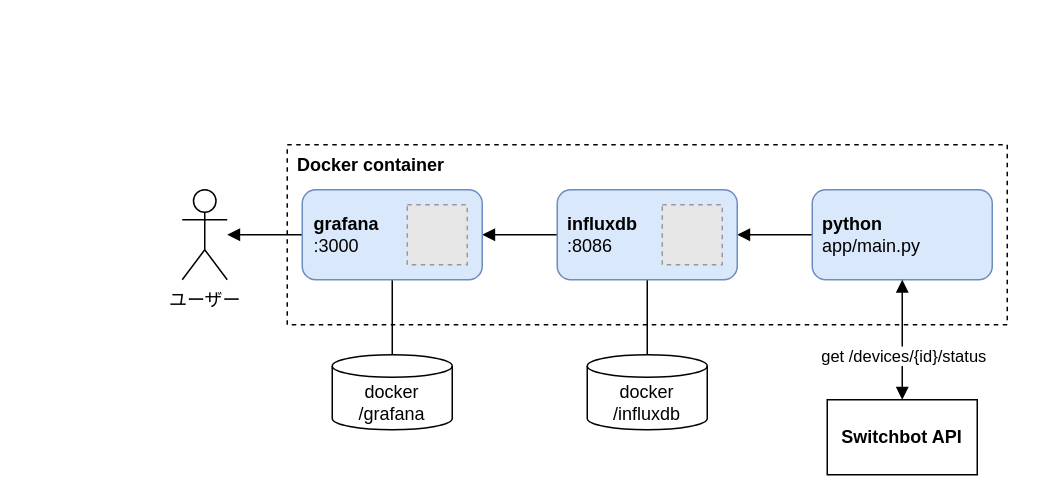
Before: images/overview.drawio in hkato/switchbot-meter-database, a draw.io diagram. Source tidied: cells renumbered, new cells numbered last; positions are measured from the earlier drawing's top-left corner, leaving out a move shared by most shapes. Both pictures are drawn from the tidied source at 150%, with x=0, y=0 at pixel (182, 144). Pictures stored in the file or linked from it are replaced by grey dashed boxes.
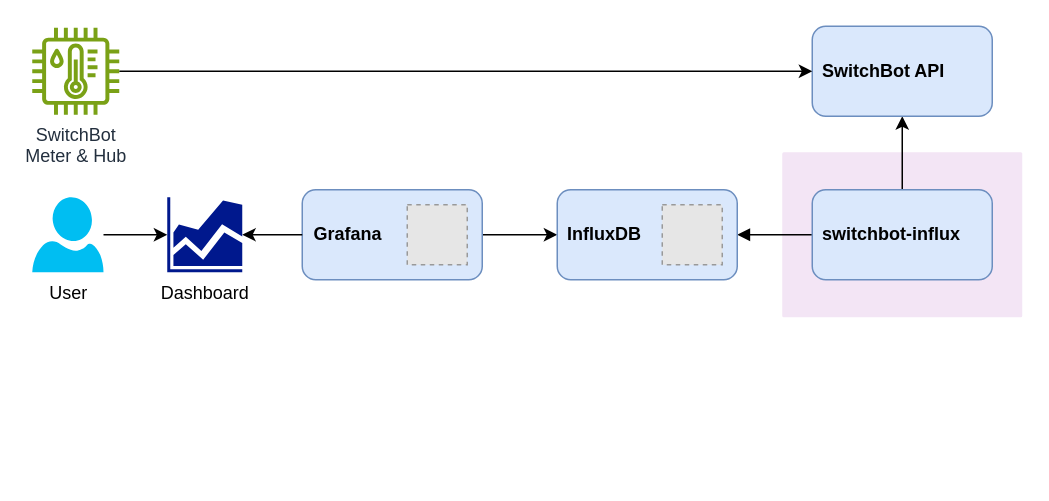
After the change.

Commit message (it also covers changes not shown here):
Update overview diagram

The edit, as a diff of the source:
```diff
@@
-    <mxCell id="2" value="&lt;b&gt;Docker container&lt;/b&gt;" style="rounded=0;whiteSpace=wrap;html=1;dashed=1;fillColor=none;align=left;verticalAlign=top;spacingLeft=5;" parent="1" vertex="1">
-      <mxGeometry x="70" width="480" height="120" as="geometry" />
-    </mxCell>
-    <mxCell id="3" value="ユーザー" style="shape=umlActor;verticalLabelPosition=bottom;verticalAlign=top;html=1;outlineConnect=0;" parent="1" vertex="1">
-      <mxGeometry y="30" width="30" height="60" as="geometry" />
-    </mxCell>
+    <mxCell id="19" style="sketch=0;rounded=1;absoluteArcSize=1;arcSize=2;html=1;strokeColor=none;gradientColor=none;shadow=0;dashed=0;fontSize=12;fontColor=#9E9E9E;align=left;verticalAlign=top;spacing=10;spacingTop=-4;whiteSpace=wrap;fillColor=#F3E5F5;" parent="1" vertex="1">
+      <mxGeometry x="400" y="5" width="160" height="110" as="geometry" />
+    </mxCell>
@@
+    <mxCell id="20" style="edgeStyle=orthogonalEdgeStyle;rounded=0;jettySize=auto;html=1;exitX=0.5;exitY=0;exitDx=0;exitDy=0;entryX=0.5;entryY=1;entryDx=0;entryDy=0;" parent="1" edge="1" source="5" target="22">
+      <mxGeometry relative="1" as="geometry" />
+    </mxCell>
-    <mxCell id="5" value="&lt;b&gt;python&lt;br&gt;&lt;/b&gt;app/main.py" style="rounded=1;whiteSpace=wrap;html=1;align=left;spacingLeft=5;fillColor=#dae8fc;strokeColor=#6c8ebf;" parent="1" vertex="1">
+    <mxCell id="5" value="&lt;b&gt;switchbot-influx&lt;/b&gt;" style="rounded=1;whiteSpace=wrap;html=1;align=left;spacingLeft=5;fillColor=#dae8fc;strokeColor=#6c8ebf;" parent="1" vertex="1">
       <mxGeometry x="420" y="30" width="120" height="60" as="geometry" />
     </mxCell>
-    <mxCell id="6" value="docker&lt;br&gt;/grafana" style="shape=cylinder3;whiteSpace=wrap;html=1;boundedLbl=1;backgroundOutline=1;size=7.526315789473642;" parent="1" vertex="1">
-      <mxGeometry x="100" y="140" width="80" height="50" as="geometry" />
-    </mxCell>
-    <mxCell id="7" value="docker&lt;br&gt;/influxdb" style="shape=cylinder3;whiteSpace=wrap;html=1;boundedLbl=1;backgroundOutline=1;size=7.526315789473642;" parent="1" vertex="1">
-      <mxGeometry x="270" y="140" width="80" height="50" as="geometry" />
-    </mxCell>
-    <mxCell id="8" style="edgeStyle=none;html=1;endArrow=block;endFill=1;" parent="1" edge="1" source="17">
-      <mxGeometry relative="1" as="geometry">
-        <mxPoint x="200" y="60" as="targetPoint" />
-      </mxGeometry>
-    </mxCell>
-    <mxCell id="9" value="&lt;b&gt;Switchbot API&lt;br&gt;&lt;/b&gt;" style="rounded=0;whiteSpace=wrap;html=1;" parent="1" vertex="1">
-      <mxGeometry x="430" y="170" width="100" height="50" as="geometry" />
-    </mxCell>
-    <mxCell id="10" style="endArrow=block;startArrow=block;html=1;exitX=0.5;exitY=0;exitDx=0;exitDy=0;entryX=0.5;entryY=1;entryDx=0;entryDy=0;endFill=1;startFill=1;" parent="1" edge="1" source="9" target="5">
-      <mxGeometry relative="1" as="geometry" />
-    </mxCell>
-    <mxCell id="11" value="get /devices/{id}/status" style="edgeLabel;html=1;align=center;verticalAlign=middle;" parent="10" vertex="1">
-      <mxGeometry x="-0.02" y="-1" relative="1" as="geometry">
-        <mxPoint x="-1" y="9" as="offset" />
-      </mxGeometry>
-    </mxCell>
-    <mxCell id="12" style="endArrow=none;html=1;entryX=0.5;entryY=1;entryDx=0;entryDy=0;exitX=0.5;exitY=0;exitDx=0;exitDy=0;exitPerimeter=0;" parent="1" edge="1" source="6" target="15">
-      <mxGeometry relative="1" as="geometry" />
-    </mxCell>
-    <mxCell id="13" style="endArrow=none;html=1;entryX=0.5;entryY=1;entryDx=0;entryDy=0;" parent="1" edge="1" source="7" target="17">
-      <mxGeometry relative="1" as="geometry" />
-    </mxCell>
-    <mxCell id="14" style="edgeStyle=none;html=1;startArrow=none;startFill=0;endArrow=block;endFill=1;" parent="1" edge="1" source="15" target="3">
-      <mxGeometry relative="1" as="geometry" />
-    </mxCell>
+    <mxCell id="21" style="edgeStyle=orthogonalEdgeStyle;rounded=0;jettySize=auto;html=1;exitX=1;exitY=0.5;exitDx=0;exitDy=0;entryX=0;entryY=0.5;entryDx=0;entryDy=0;" parent="1" edge="1" source="15" target="17">
+      <mxGeometry relative="1" as="geometry" />
+    </mxCell>
-    <mxCell id="15" value="&lt;b&gt;grafana&lt;br&gt;&lt;/b&gt;:3000" style="rounded=1;whiteSpace=wrap;html=1;align=left;spacingLeft=6;fillColor=#dae8fc;strokeColor=#6c8ebf;" parent="1" vertex="1">
+    <mxCell id="15" value="&lt;b&gt;Grafana&lt;/b&gt;" style="rounded=1;whiteSpace=wrap;html=1;align=left;spacingLeft=6;fillColor=#dae8fc;strokeColor=#6c8ebf;" parent="1" vertex="1">
       <mxGeometry x="80" y="30" width="120" height="60" as="geometry" />
     </mxCell>
@@
-    <mxCell id="17" value="&lt;b&gt;influxdb&lt;br&gt;&lt;/b&gt;:8086" style="rounded=1;whiteSpace=wrap;html=1;align=left;spacingLeft=5;fillColor=#dae8fc;strokeColor=#6c8ebf;" parent="1" vertex="1">
+    <mxCell id="17" value="&lt;b&gt;InfluxDB&lt;/b&gt;" style="rounded=1;whiteSpace=wrap;html=1;align=left;spacingLeft=5;fillColor=#dae8fc;strokeColor=#6c8ebf;" parent="1" vertex="1">
       <mxGeometry x="250" y="30" width="120" height="60" as="geometry" />
     </mxCell>
@@
+    <mxCell id="22" value="&lt;b&gt;SwitchBot API&lt;/b&gt;" style="rounded=1;whiteSpace=wrap;html=1;align=left;spacingLeft=5;fillColor=#dae8fc;strokeColor=#6c8ebf;" parent="1" vertex="1">
+      <mxGeometry x="420" y="-79" width="120" height="60" as="geometry" />
+    </mxCell>
+    <mxCell id="23" value="Dashboard" style="sketch=0;shadow=0;dashed=0;html=1;strokeColor=none;labelPosition=center;verticalLabelPosition=bottom;verticalAlign=top;align=center;fillColor=#00188D;shape=mxgraph.mscae.general.graph;" parent="1" vertex="1">
+      <mxGeometry x="-10" y="35" width="50" height="50" as="geometry" />
+    </mxCell>
+    <mxCell id="24" value="User" style="verticalLabelPosition=bottom;html=1;verticalAlign=top;align=center;strokeColor=none;fillColor=#00BEF2;shape=mxgraph.azure.user;" parent="1" vertex="1">
+      <mxGeometry x="-100" y="35" width="47.5" height="50" as="geometry" />
+    </mxCell>
+    <mxCell id="25" style="rounded=0;jettySize=auto;html=1;exitX=0;exitY=0.5;exitDx=0;exitDy=0;entryX=1;entryY=0.5;entryDx=0;entryDy=0;entryPerimeter=0;" parent="1" edge="1" source="15" target="23">
+      <mxGeometry relative="1" as="geometry" />
+    </mxCell>
+    <mxCell id="26" style="rounded=0;jettySize=auto;html=1;entryX=0;entryY=0.5;entryDx=0;entryDy=0;entryPerimeter=0;" parent="1" edge="1" source="24" target="23">
+      <mxGeometry relative="1" as="geometry" />
+    </mxCell>
+    <mxCell id="27" style="edgeStyle=orthogonalEdgeStyle;rounded=0;jettySize=auto;html=1;entryX=0;entryY=0.5;entryDx=0;entryDy=0;" parent="1" edge="1" source="28" target="22">
+      <mxGeometry relative="1" as="geometry" />
+    </mxCell>
+    <mxCell id="28" value="SwitchBot&lt;div&gt;Meter &amp;amp; Hub&lt;/div&gt;" style="sketch=0;outlineConnect=0;fontColor=#232F3E;gradientColor=none;fillColor=#7AA116;strokeColor=none;dashed=0;verticalLabelPosition=bottom;verticalAlign=top;align=center;html=1;fontSize=12;fontStyle=0;shape=mxgraph.aws4.iot_thing_temperature_humidity_sensor;" parent="1" vertex="1">
+      <mxGeometry x="-100" y="-78" width="58" height="58" as="geometry" />
+    </mxCell>
```
